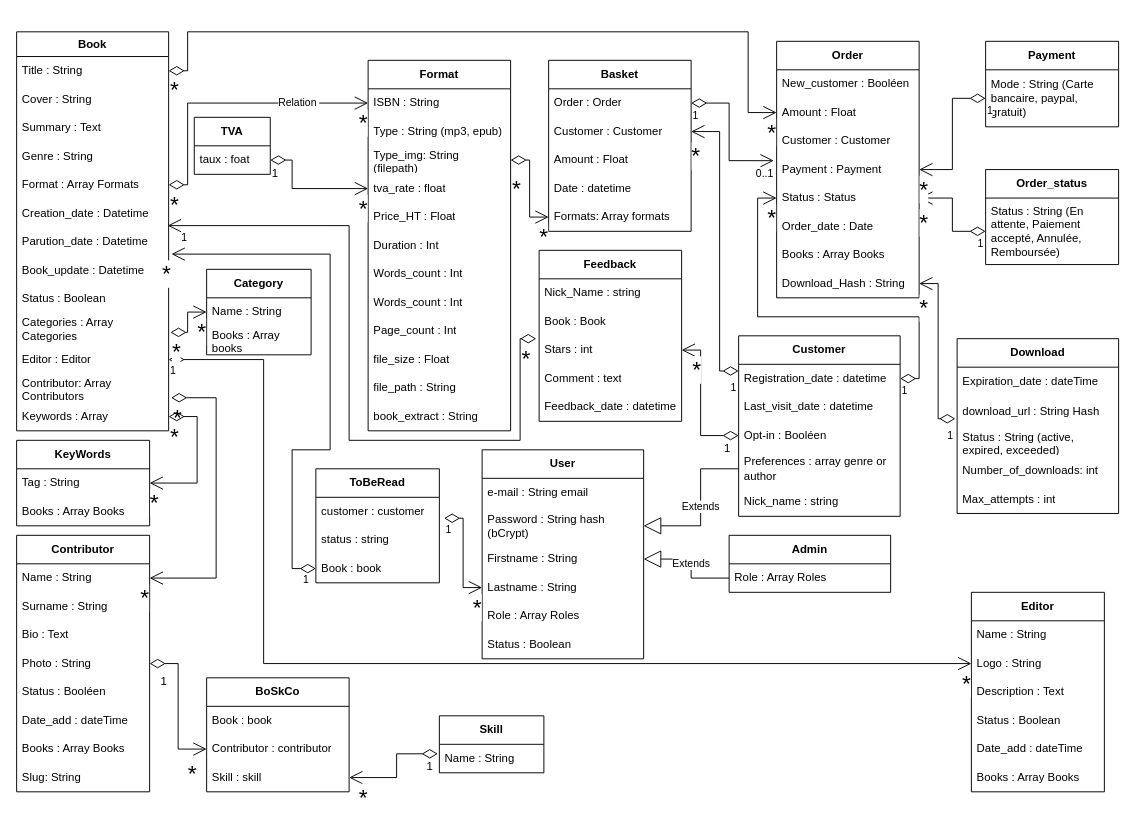
Above: page "Classes" (1 of 4) of classes_neobook.drawio in cbeauquel/Neobook (draw.io), before the change. Source tidied: cells renumbered, new cells numbered last; positions are measured from the earlier drawing's top-left corner, leaving out a move shared by most shapes. Both pictures are drawn from the tidied source at 95%, with x=0, y=0 at pixel (16, 31).
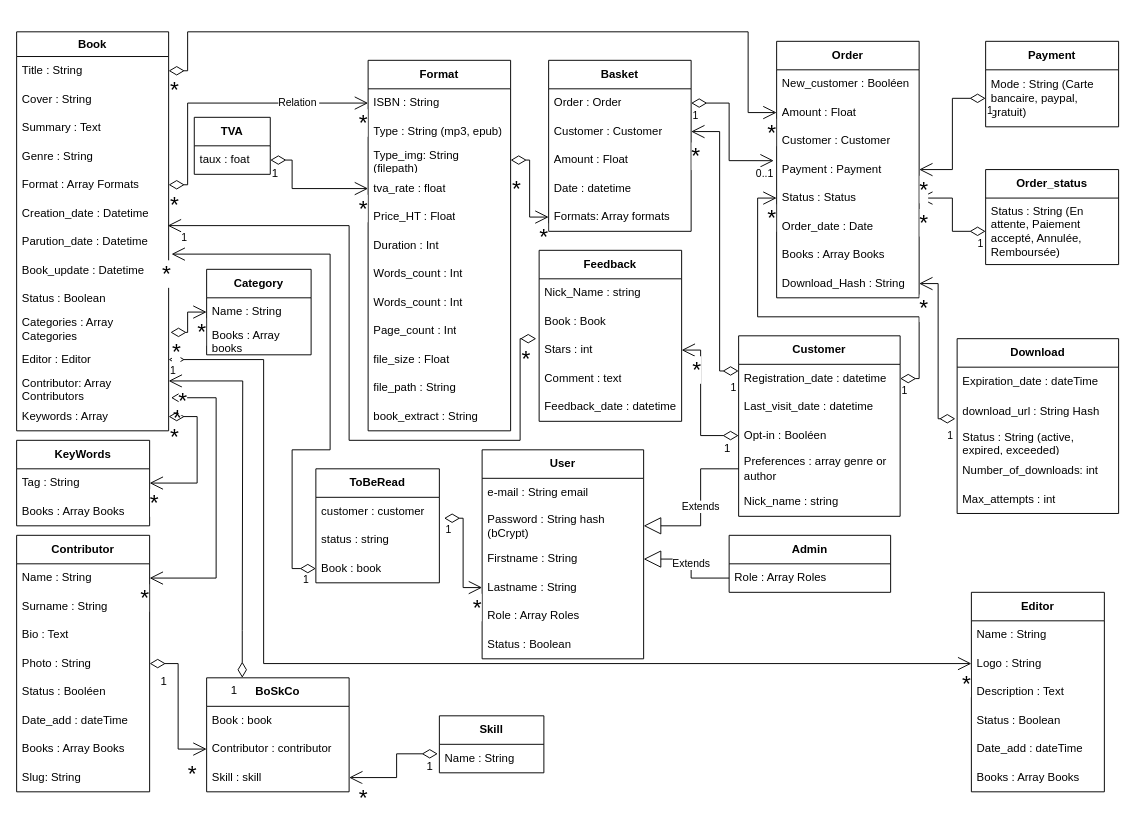
The same page after the edit.

Commit message:
Mettre à jour classes_neobook.drawio

The change refers to these unchanged cells:
```xml
<mxCell id="71" value="Contributor: Array Contributors" style="text;strokeColor=none;fillColor=none;align=left;verticalAlign=middle;spacingLeft=4;spacingRight=4;overflow=hidden;points=[[0,0.5],[1,0.5]];portConstraint=eastwest;whiteSpace=wrap;html=1;" parent="59" vertex="1">
  <mxGeometry y="360" width="160" height="30" as="geometry" />
</mxCell>
<mxCell id="161" value="&lt;b&gt;BoSkCo&lt;/b&gt;" style="swimlane;fontStyle=0;horizontal=1;startSize=30;whiteSpace=wrap;html=1;" parent="1" vertex="1">
  <mxGeometry x="200" y="680" width="150" height="120" as="geometry" />
</mxCell>
```

Diff of the diagram source:
```diff
@@
+    <mxCell id="171" style="endArrow=open;html=1;endSize=12;startArrow=diamondThin;startSize=14;startFill=0;edgeStyle=orthogonalEdgeStyle;rounded=0;entryX=1;entryY=0.25;entryDx=0;entryDy=0;exitX=0.25;exitY=0;exitDx=0;exitDy=0;entryPerimeter=0;" parent="1" edge="1" source="161" target="71">
+      <mxGeometry x="-0.2" relative="1" as="geometry">
+        <Array as="points">
+          <mxPoint x="238" y="630" />
+          <mxPoint x="238" y="630" />
+          <mxPoint x="238" y="367" />
+        </Array>
+      </mxGeometry>
+    </mxCell>
+    <mxCell id="172" value="&lt;font style=&quot;font-size: 12px;&quot;&gt;1&lt;/font&gt;" style="edgeLabel;html=1;align=left;verticalAlign=top;" parent="171" vertex="1">
+      <mxGeometry x="-1" relative="1" as="geometry">
+        <mxPoint x="-13" as="offset" />
+      </mxGeometry>
+    </mxCell>
+    <mxCell id="173" value="&lt;font style=&quot;font-size: 24px;&quot;&gt;*&lt;/font&gt;" style="edgeLabel;html=1;align=right;verticalAlign=top;" parent="171" vertex="1">
+      <mxGeometry x="1" relative="1" as="geometry">
+        <mxPoint x="20" as="offset" />
+      </mxGeometry>
+    </mxCell>
```
